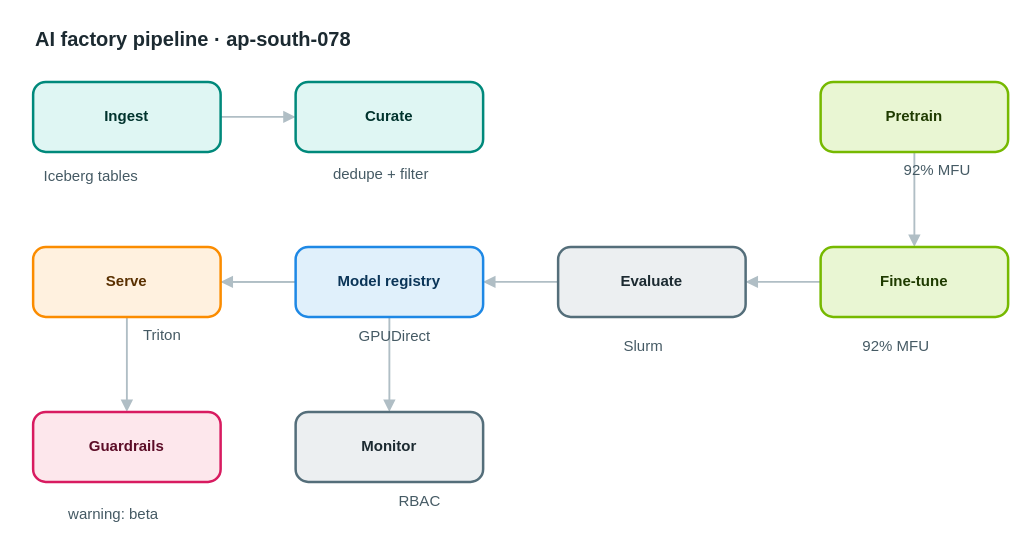
This is apps/web/public/samples/library/078-ai-factory-pipeline.drawio from AryanG01/open-apprentice, a draw.io file, before an edit. Source tidied: cells renumbered, new cells numbered last; positions are measured from the earlier drawing's top-left corner, leaving out a move shared by most shapes. Both pictures are drawn from the tidied source at 125%, with x=0, y=0 at pixel (21, 21).
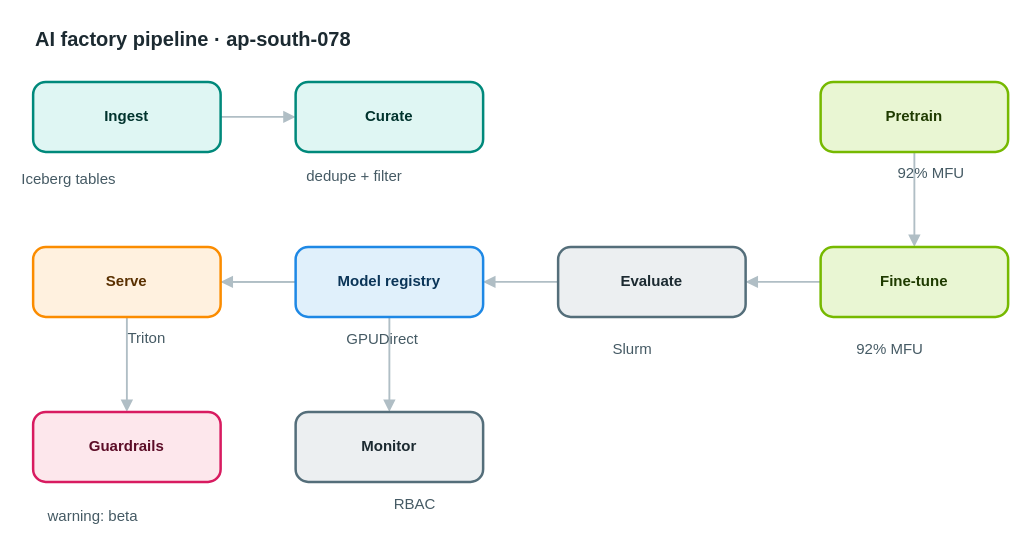
The same page after the edit.

The edit, as a diff of the source:
```diff
@@
-    <mxCell id="19" value="Iceberg tables" style="text;html=1;align=center;verticalAlign=middle;whiteSpace=nowrap;strokeColor=none;fillColor=none;fontSize=12;fontColor=#455a64;" parent="1" vertex="1">
+    <mxCell id="19" value="Iceberg tables" style="text;html=1;align=left;verticalAlign=top;whiteSpace=nowrap;spacing=0;spacingTop=0;strokeColor=none;fillColor=none;fontSize=12;fontColor=#455a64;" parent="1" vertex="1">
       <mxGeometry y="114" width="110" height="20" as="geometry" />
     </mxCell>
-    <mxCell id="20" value="dedupe + filter" style="text;html=1;align=center;verticalAlign=middle;whiteSpace=nowrap;strokeColor=none;fillColor=none;fontSize=12;fontColor=#455a64;" parent="1" vertex="1">
+    <mxCell id="20" value="dedupe + filter" style="text;html=1;align=left;verticalAlign=top;whiteSpace=nowrap;spacing=0;spacingTop=0;strokeColor=none;fillColor=none;fontSize=12;fontColor=#455a64;" parent="1" vertex="1">
       <mxGeometry x="228" y="112" width="117" height="20" as="geometry" />
     </mxCell>
-    <mxCell id="21" value="92% MFU" style="text;html=1;align=center;verticalAlign=middle;whiteSpace=nowrap;strokeColor=none;fillColor=none;fontSize=12;fontColor=#455a64;" parent="1" vertex="1">
+    <mxCell id="21" value="92% MFU" style="text;html=1;align=left;verticalAlign=top;whiteSpace=nowrap;spacing=0;spacingTop=0;strokeColor=none;fillColor=none;fontSize=12;fontColor=#455a64;" parent="1" vertex="1">
       <mxGeometry x="701" y="109" width="61" height="20" as="geometry" />
     </mxCell>
-    <mxCell id="22" value="92% MFU" style="text;html=1;align=center;verticalAlign=middle;whiteSpace=nowrap;strokeColor=none;fillColor=none;fontSize=12;fontColor=#455a64;" parent="1" vertex="1">
+    <mxCell id="22" value="92% MFU" style="text;html=1;align=left;verticalAlign=top;whiteSpace=nowrap;spacing=0;spacingTop=0;strokeColor=none;fillColor=none;fontSize=12;fontColor=#455a64;" parent="1" vertex="1">
       <mxGeometry x="668" y="250" width="61" height="20" as="geometry" />
     </mxCell>
-    <mxCell id="23" value="Slurm" style="text;html=1;align=center;verticalAlign=middle;whiteSpace=nowrap;strokeColor=none;fillColor=none;fontSize=12;fontColor=#455a64;" parent="1" vertex="1">
+    <mxCell id="23" value="Slurm" style="text;html=1;align=left;verticalAlign=top;whiteSpace=nowrap;spacing=0;spacingTop=0;strokeColor=none;fillColor=none;fontSize=12;fontColor=#455a64;" parent="1" vertex="1">
       <mxGeometry x="473" y="250" width="47" height="20" as="geometry" />
     </mxCell>
-    <mxCell id="24" value="GPUDirect" style="text;html=1;align=center;verticalAlign=middle;whiteSpace=nowrap;strokeColor=none;fillColor=none;fontSize=12;fontColor=#455a64;" parent="1" vertex="1">
+    <mxCell id="24" value="GPUDirect" style="text;html=1;align=left;verticalAlign=top;whiteSpace=nowrap;spacing=0;spacingTop=0;strokeColor=none;fillColor=none;fontSize=12;fontColor=#455a64;" parent="1" vertex="1">
       <mxGeometry x="260" y="242" width="75" height="20" as="geometry" />
     </mxCell>
-    <mxCell id="25" value="Triton" style="text;html=1;align=center;verticalAlign=middle;whiteSpace=nowrap;strokeColor=none;fillColor=none;fontSize=12;fontColor=#455a64;" parent="1" vertex="1">
+    <mxCell id="25" value="Triton" style="text;html=1;align=left;verticalAlign=top;whiteSpace=nowrap;spacing=0;spacingTop=0;strokeColor=none;fillColor=none;fontSize=12;fontColor=#455a64;" parent="1" vertex="1">
       <mxGeometry x="85" y="241" width="54" height="20" as="geometry" />
     </mxCell>
-    <mxCell id="26" value="warning: beta" style="text;html=1;align=center;verticalAlign=middle;whiteSpace=nowrap;strokeColor=none;fillColor=none;fontSize=12;fontColor=#455a64;" parent="1" vertex="1">
+    <mxCell id="26" value="warning: beta" style="text;html=1;align=left;verticalAlign=top;whiteSpace=nowrap;spacing=0;spacingTop=0;strokeColor=none;fillColor=none;fontSize=12;fontColor=#455a64;" parent="1" vertex="1">
       <mxGeometry x="21" y="384" width="103" height="20" as="geometry" />
     </mxCell>
-    <mxCell id="27" value="RBAC" style="text;html=1;align=center;verticalAlign=middle;whiteSpace=nowrap;strokeColor=none;fillColor=none;fontSize=12;fontColor=#455a64;" parent="1" vertex="1">
+    <mxCell id="27" value="RBAC" style="text;html=1;align=left;verticalAlign=top;whiteSpace=nowrap;spacing=0;spacingTop=0;strokeColor=none;fillColor=none;fontSize=12;fontColor=#455a64;" parent="1" vertex="1">
       <mxGeometry x="298" y="374" width="40" height="20" as="geometry" />
     </mxCell>
```
